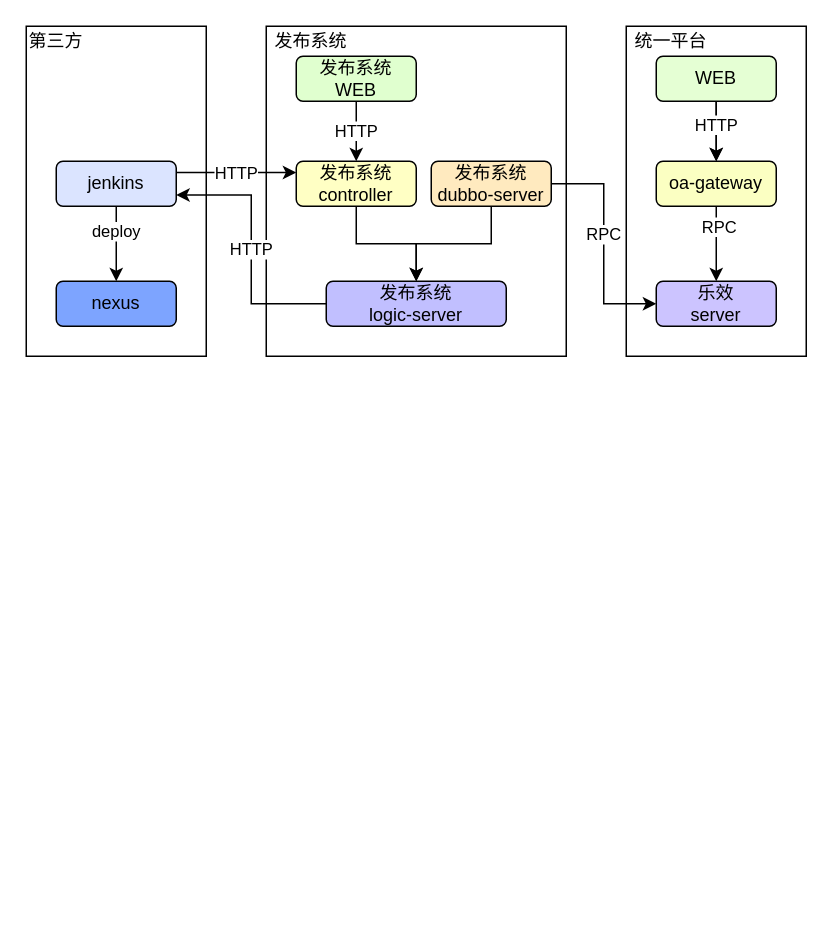
This is nexus-frame-diagram.drawio from duSophia/diagram, a draw.io file, before an edit. Source tidied: cells renumbered, new cells numbered last; positions are measured from the earlier drawing's top-left corner, leaving out a move shared by most shapes. Both pictures are drawn from the tidied source at 150%, with x=0, y=0 at pixel (26, 26).
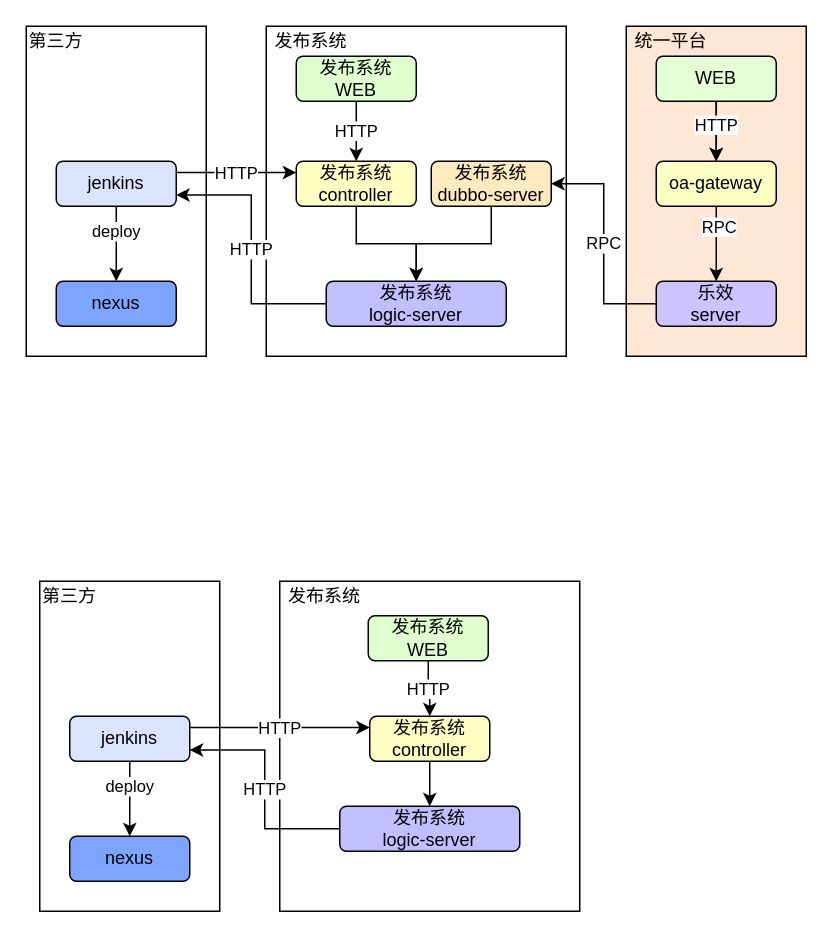
Above is the later version.

Unchanged cells that the change refers to:
```xml
<mxCell id="8" value="发布系统&lt;br&gt;dubbo-server" style="rounded=1;whiteSpace=wrap;html=1;fillColor=#FFEABF;" parent="1" vertex="1">
  <mxGeometry x="270" y="90" width="80" height="30" as="geometry" />
</mxCell>
<mxCell id="14" value="乐效&lt;br&gt;server" style="whiteSpace=wrap;html=1;rounded=1;fillColor=#CCC4FF;" parent="1" vertex="1">
  <mxGeometry x="420" y="170" width="80" height="30" as="geometry" />
</mxCell>
```

What changed in the source:
```diff
@@
-    <mxCell id="2" style="rounded=0;whiteSpace=wrap;html=1;" parent="1" vertex="1">
+    <mxCell id="2" style="rounded=0;whiteSpace=wrap;html=1;fillColor=#FFE7D6;" parent="1" vertex="1">
       <mxGeometry x="400" width="120" height="220" as="geometry" />
     </mxCell>
@@
-    <mxCell id="5" style="edgeStyle=orthogonalEdgeStyle;rounded=0;jettySize=auto;html=1;entryX=0;entryY=0.5;entryDx=0;entryDy=0;" parent="1" edge="1" source="8" target="14">
-      <mxGeometry relative="1" as="geometry" />
-    </mxCell>
-    <mxCell id="6" value="RPC" style="edgeLabel;html=1;align=center;verticalAlign=middle;" parent="5" vertex="1">
-      <mxGeometry x="-0.09" y="-1" relative="1" as="geometry" />
-    </mxCell>
@@
+    <mxCell id="6" value="RPC" style="edgeStyle=orthogonalEdgeStyle;rounded=0;jettySize=auto;html=1;entryX=1;entryY=0.5;entryDx=0;entryDy=0;shadow=0;" parent="1" edge="1" source="14" target="8">
+      <mxGeometry relative="1" as="geometry" />
+    </mxCell>
@@
+    <mxCell id="31" style="rounded=0;whiteSpace=wrap;html=1;" parent="1" vertex="1">
+      <mxGeometry x="169" y="370" width="200" height="220" as="geometry" />
+    </mxCell>
+    <mxCell id="32" style="rounded=0;whiteSpace=wrap;html=1;" parent="1" vertex="1">
+      <mxGeometry x="9" y="370" width="120" height="220" as="geometry" />
+    </mxCell>
+    <mxCell id="33" style="edgeStyle=orthogonalEdgeStyle;rounded=0;jettySize=auto;html=1;" parent="1" edge="1" source="36" target="37">
+      <mxGeometry relative="1" as="geometry" />
+    </mxCell>
+    <mxCell id="34" value="deploy" style="edgeLabel;html=1;align=center;verticalAlign=middle;" parent="33" vertex="1">
+      <mxGeometry x="-0.37" y="-1" relative="1" as="geometry" />
+    </mxCell>
+    <mxCell id="35" value="HTTP" style="edgeStyle=orthogonalEdgeStyle;rounded=0;jettySize=auto;html=1;exitX=1;exitY=0.25;exitDx=0;exitDy=0;entryX=0;entryY=0.25;entryDx=0;entryDy=0;" parent="1" edge="1" source="36" target="41">
+      <mxGeometry relative="1" as="geometry" />
+    </mxCell>
+    <mxCell id="36" value="jenkins" style="rounded=1;whiteSpace=wrap;html=1;fillColor=#DBE4FF;" parent="1" vertex="1">
+      <mxGeometry x="29" y="460" width="80" height="30" as="geometry" />
+    </mxCell>
+    <mxCell id="37" value="nexus" style="whiteSpace=wrap;html=1;rounded=1;fillColor=#7DA4FF;" parent="1" vertex="1">
+      <mxGeometry x="29" y="540" width="80" height="30" as="geometry" />
+    </mxCell>
+    <mxCell id="38" value="发布系统&lt;br&gt;logic-server" style="rounded=1;whiteSpace=wrap;html=1;fillColor=#C1BFFF;" parent="1" vertex="1">
+      <mxGeometry x="209" y="520" width="120" height="30" as="geometry" />
+    </mxCell>
+    <mxCell id="39" style="edgeStyle=orthogonalEdgeStyle;rounded=0;jettySize=auto;html=1;entryX=0.5;entryY=0;entryDx=0;entryDy=0;" parent="1" edge="1" source="41" target="38">
+      <mxGeometry relative="1" as="geometry" />
+    </mxCell>
+    <mxCell id="40" value="HTTP" style="edgeStyle=orthogonalEdgeStyle;rounded=0;jettySize=auto;html=1;entryX=1;entryY=0.75;entryDx=0;entryDy=0;exitX=0;exitY=0.5;exitDx=0;exitDy=0;" parent="1" edge="1" source="38" target="36">
+      <mxGeometry relative="1" as="geometry" />
+    </mxCell>
+    <mxCell id="41" value="发布系统&lt;br&gt;controller" style="rounded=1;whiteSpace=wrap;html=1;fillColor=#FFFFC4;" parent="1" vertex="1">
+      <mxGeometry x="229" y="460" width="80" height="30" as="geometry" />
+    </mxCell>
+    <mxCell id="42" value="HTTP" style="edgeStyle=orthogonalEdgeStyle;rounded=0;jettySize=auto;html=1;entryX=0.5;entryY=0;entryDx=0;entryDy=0;" parent="1" edge="1" source="43" target="41">
+      <mxGeometry relative="1" as="geometry" />
+    </mxCell>
+    <mxCell id="43" value="发布系统&lt;br&gt;WEB" style="whiteSpace=wrap;html=1;rounded=1;fillColor=#E0FFCF;" parent="1" vertex="1">
+      <mxGeometry x="228" y="393" width="80" height="30" as="geometry" />
+    </mxCell>
+    <mxCell id="44" value="第三方" style="text;html=1;strokeColor=none;fillColor=none;align=center;verticalAlign=middle;whiteSpace=wrap;rounded=0;" parent="1" vertex="1">
+      <mxGeometry x="9" y="370" width="40" height="20" as="geometry" />
+    </mxCell>
+    <mxCell id="45" value="发布系统" style="text;html=1;strokeColor=none;fillColor=none;align=center;verticalAlign=middle;whiteSpace=wrap;rounded=0;" parent="1" vertex="1">
+      <mxGeometry x="169" y="370" width="60" height="20" as="geometry" />
+    </mxCell>
```
